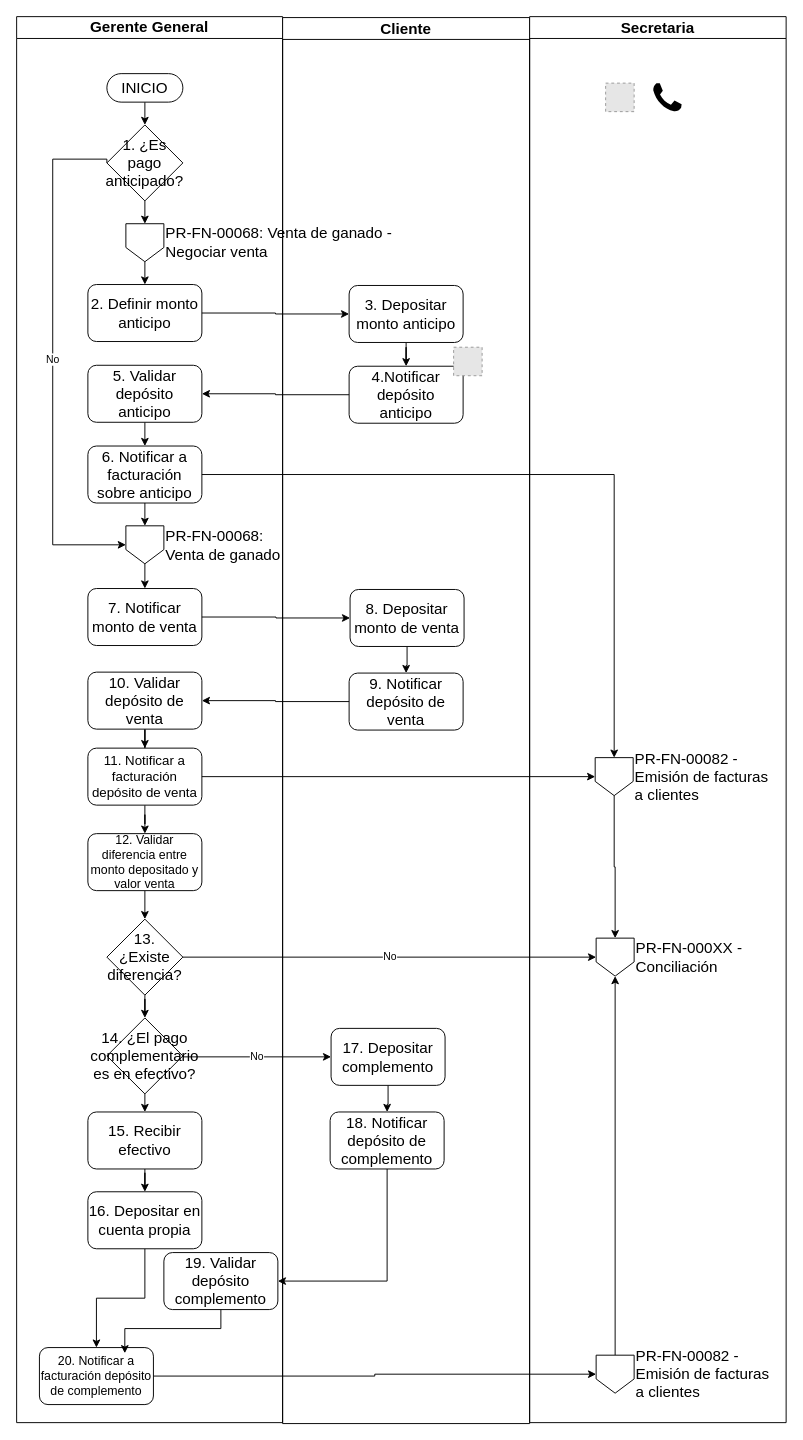
This is page "PR-FN-00078 - Cobro de venta de ganado" (6 of 6) of FSJB.drawio from prtigofn/Dev2.0, a draw.io file, before an edit. Source tidied: cells renumbered, new cells numbered last; positions are measured from the earlier drawing's top-left corner, leaving out a move shared by most shapes. Both pictures are drawn from the tidied source at 95%, with x=0, y=0 at pixel (16, 16). Pictures stored in the file or linked from it are replaced by grey dashed boxes.
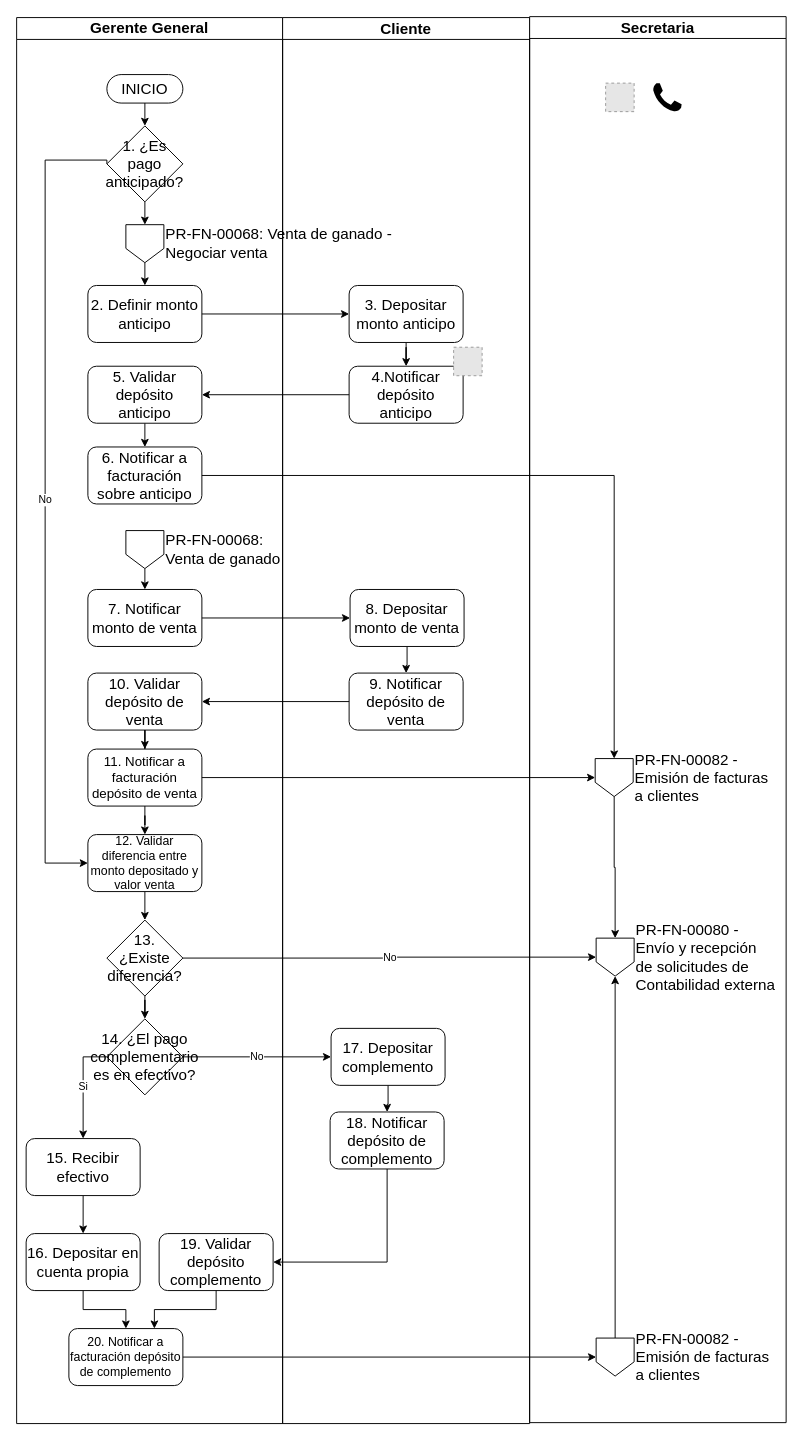
After the change.

The change refers to these unchanged cells:
```xml
<mxCell id="7" value="1. ¿Es pago anticipado?" style="rhombus;whiteSpace=wrap;html=1;dashed=0;fontSize=16;" parent="2" vertex="1">
  <mxGeometry x="95" y="114" width="80" height="80" as="geometry" />
</mxCell>
<mxCell id="13" value="6. Notificar a facturación sobre anticipo" style="rounded=1;whiteSpace=wrap;html=1;fontSize=16;" parent="2" vertex="1">
  <mxGeometry x="75" y="452" width="120" height="60" as="geometry" />
</mxCell>
<mxCell id="23" value="12. Validar diferencia entre monto depositado y valor venta" style="rounded=1;whiteSpace=wrap;html=1;fontSize=13;" parent="2" vertex="1">
  <mxGeometry x="75" y="860" width="120" height="60" as="geometry" />
</mxCell>
<mxCell id="29" value="14. ¿El pago complementario es en efectivo?" style="rhombus;whiteSpace=wrap;html=1;dashed=0;fontSize=16;" parent="2" vertex="1">
  <mxGeometry x="95" y="1054" width="80" height="80" as="geometry" />
</mxCell>
<mxCell id="49" value="Secretaria" style="swimlane;whiteSpace=wrap;html=1;fontSize=16;" parent="1" vertex="1">
  <mxGeometry x="540" width="270" height="1480" as="geometry" />
</mxCell>
```

Diff of the diagram source:
```diff
@@
     <mxCell id="2" value="Gerente General" style="swimlane;whiteSpace=wrap;html=1;fontSize=16;verticalAlign=bottom;horizontal=1;" parent="1" vertex="1">
-      <mxGeometry width="280" height="1480" as="geometry" />
+      <mxGeometry y="1" width="280" height="1480" as="geometry" />
     </mxCell>
@@
-    <mxCell id="6" value="No" style="edgeStyle=orthogonalEdgeStyle;rounded=0;jettySize=auto;html=1;exitX=0;exitY=0.5;exitDx=0;exitDy=0;entryX=0;entryY=0.5;entryDx=0;entryDy=0;" parent="2" edge="1" source="7" target="15">
+    <mxCell id="6" value="No" style="edgeStyle=orthogonalEdgeStyle;rounded=0;jettySize=auto;html=1;exitX=0;exitY=0.5;exitDx=0;exitDy=0;entryX=0;entryY=0.5;entryDx=0;entryDy=0;" parent="2" edge="1" source="7" target="23">
       <mxGeometry relative="1" as="geometry">
         <Array as="points">
           <mxPoint x="95" y="150" />
-          <mxPoint x="38" y="150" />
-          <mxPoint x="38" y="556" />
+          <mxPoint x="30" y="150" />
+          <mxPoint x="30" y="890" />
         </Array>
       </mxGeometry>
     </mxCell>
@@
     <mxCell id="15" value="&lt;span lang=&quot;ES-TRAD&quot;&gt;PR-FN-00068:&amp;nbsp;&lt;/span&gt;&lt;div&gt;&lt;span lang=&quot;ES-TRAD&quot;&gt;Venta de ganado&lt;/span&gt;&lt;/div&gt;" style="shape=offPageConnector;fontSize=16;verticalAlign=middle;horizontal=1;labelPosition=right;verticalLabelPosition=middle;align=left;html=1;" parent="2" vertex="1">
-      <mxGeometry x="115" y="536" width="40" height="40" as="geometry" />
+      <mxGeometry x="115" y="540" width="40" height="40" as="geometry" />
     </mxCell>
@@
-    <mxCell id="19" style="edgeStyle=orthogonalEdgeStyle;rounded=0;jettySize=auto;html=1;exitX=0.5;exitY=1;exitDx=0;exitDy=0;entryX=0.5;entryY=0;entryDx=0;entryDy=0;" parent="2" edge="1" source="13" target="15">
-      <mxGeometry relative="1" as="geometry" />
-    </mxCell>
@@
-    <mxCell id="28" style="edgeStyle=orthogonalEdgeStyle;rounded=0;jettySize=auto;html=1;exitX=0.5;exitY=1;exitDx=0;exitDy=0;entryX=0.5;entryY=0;entryDx=0;entryDy=0;" parent="2" edge="1" source="29" target="31">
+    <mxCell id="28" value="Si" style="edgeStyle=orthogonalEdgeStyle;rounded=0;jettySize=auto;html=1;exitX=0;exitY=0.5;exitDx=0;exitDy=0;entryX=0.5;entryY=0;entryDx=0;entryDy=0;" parent="2" edge="1" source="29" target="31">
       <mxGeometry relative="1" as="geometry" />
     </mxCell>
@@
     <mxCell id="31" value="15. Recibir efectivo" style="rounded=1;whiteSpace=wrap;html=1;fontSize=16;" parent="2" vertex="1">
-      <mxGeometry x="75" y="1153" width="120" height="60" as="geometry" />
+      <mxGeometry x="10" y="1180" width="120" height="60" as="geometry" />
     </mxCell>
@@
     <mxCell id="33" value="16. Depositar en cuenta propia" style="rounded=1;whiteSpace=wrap;html=1;fontSize=16;" parent="2" vertex="1">
-      <mxGeometry x="75" y="1237" width="120" height="60" as="geometry" />
+      <mxGeometry x="10" y="1280" width="120" height="60" as="geometry" />
     </mxCell>
     <mxCell id="34" value="20. Notificar a facturación depósito de complemento" style="rounded=1;whiteSpace=wrap;html=1;fontSize=13;" parent="2" vertex="1">
-      <mxGeometry x="24" y="1401" width="120" height="60" as="geometry" />
+      <mxGeometry x="55" y="1380" width="120" height="60" as="geometry" />
     </mxCell>
     <mxCell id="35" value="19. Validar depósito complemento" style="rounded=1;whiteSpace=wrap;html=1;fontSize=16;" parent="2" vertex="1">
-      <mxGeometry x="155" y="1301" width="120" height="60" as="geometry" />
+      <mxGeometry x="150" y="1280" width="120" height="60" as="geometry" />
     </mxCell>
-    <mxCell id="36" style="edgeStyle=orthogonalEdgeStyle;rounded=0;jettySize=auto;html=1;exitX=0.5;exitY=1;exitDx=0;exitDy=0;entryX=0.749;entryY=0.099;entryDx=0;entryDy=0;entryPerimeter=0;" parent="2" edge="1" source="35" target="34">
+    <mxCell id="36" style="edgeStyle=orthogonalEdgeStyle;rounded=0;jettySize=auto;html=1;exitX=0.5;exitY=1;exitDx=0;exitDy=0;entryX=0.75;entryY=0;entryDx=0;entryDy=0;" parent="2" edge="1" source="35" target="34">
       <mxGeometry relative="1" as="geometry" />
     </mxCell>
@@
-    <mxCell id="52" value="PR-FN-000XX -&amp;nbsp;&lt;div&gt;Conciliación&lt;/div&gt;" style="shape=offPageConnector;fontSize=16;verticalAlign=middle;horizontal=1;labelPosition=right;verticalLabelPosition=middle;align=left;html=1;" parent="49" vertex="1">
+    <mxCell id="52" value="PR-FN-00080 -&amp;nbsp;&lt;div&gt;Envío y recepción&amp;nbsp;&lt;/div&gt;&lt;div&gt;de solicitudes de&amp;nbsp;&lt;/div&gt;&lt;div&gt;Contabilidad externa&lt;/div&gt;" style="shape=offPageConnector;fontSize=16;verticalAlign=middle;horizontal=1;labelPosition=right;verticalLabelPosition=middle;align=left;html=1;" parent="49" vertex="1">
       <mxGeometry x="70" y="970" width="40" height="40" as="geometry" />
     </mxCell>
@@
     <mxCell id="54" value="PR-FN-00082 -&amp;nbsp;&lt;div&gt;Emisión de facturas&amp;nbsp;&lt;/div&gt;&lt;div&gt;a clientes&lt;/div&gt;" style="shape=offPageConnector;fontSize=16;verticalAlign=middle;horizontal=1;labelPosition=right;verticalLabelPosition=middle;align=left;html=1;" parent="49" vertex="1">
-      <mxGeometry x="70" y="1409" width="40" height="40" as="geometry" />
+      <mxGeometry x="70" y="1391" width="40" height="40" as="geometry" />
     </mxCell>
```
